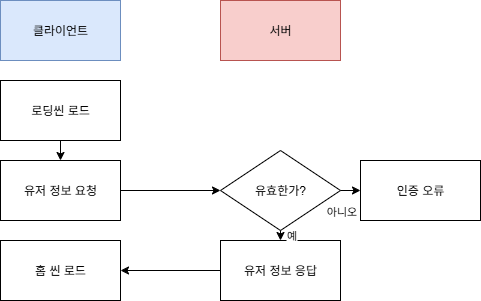
The draw.io diagram Images/HomeSceneLoadFlowchart.png in nejukmaster/AtentsPro, before a commit. Source tidied: cells renumbered, new cells last; positions are measured from the earlier drawing's top-left corner, leaving out a move shared by most shapes. Source of this version:
```xml
<mxGraphModel>
  <root>
    <mxCell id="0" />
    <mxCell id="1" parent="0" />
    <mxCell id="2" value="클라이언트" style="rounded=0;whiteSpace=wrap;html=1;fillColor=#dae8fc;strokeColor=#6c8ebf;" parent="1" vertex="1">
      <mxGeometry width="120" height="60" as="geometry" />
    </mxCell>
    <mxCell id="3" value="서버" style="rounded=0;whiteSpace=wrap;html=1;fillColor=#f8cecc;strokeColor=#b85450;" parent="1" vertex="1">
      <mxGeometry x="220" width="120" height="60" as="geometry" />
    </mxCell>
    <mxCell id="4" value="로딩씬 로드" style="rounded=0;whiteSpace=wrap;html=1;" parent="1" vertex="1">
      <mxGeometry y="80" width="120" height="60" as="geometry" />
    </mxCell>
    <mxCell id="5" value="유저 정보 요청" style="rounded=0;whiteSpace=wrap;html=1;" parent="1" vertex="1">
      <mxGeometry y="160" width="120" height="60" as="geometry" />
    </mxCell>
    <mxCell id="6" value="유효한가?" style="rhombus;whiteSpace=wrap;html=1;" parent="1" vertex="1">
      <mxGeometry x="220" y="150" width="120" height="80" as="geometry" />
    </mxCell>
    <mxCell id="7" value="유저 정보 응답" style="rounded=0;whiteSpace=wrap;html=1;" parent="1" vertex="1">
      <mxGeometry x="220" y="240" width="120" height="60" as="geometry" />
    </mxCell>
    <mxCell id="8" value="홈 씬 로드" style="rounded=0;whiteSpace=wrap;html=1;" parent="1" vertex="1">
      <mxGeometry y="240" width="120" height="60" as="geometry" />
    </mxCell>
    <mxCell id="9" style="endArrow=classic;html=1;rounded=0;exitX=0.5;exitY=1;exitDx=0;exitDy=0;entryX=0.5;entryY=0;entryDx=0;entryDy=0;" parent="1" edge="1" source="4" target="5">
      <mxGeometry relative="1" as="geometry" />
    </mxCell>
    <mxCell id="10" style="endArrow=classic;html=1;rounded=0;exitX=1;exitY=0.5;exitDx=0;exitDy=0;entryX=0;entryY=0.5;entryDx=0;entryDy=0;" parent="1" edge="1" source="5" target="6">
      <mxGeometry relative="1" as="geometry" />
    </mxCell>
    <mxCell id="11" style="endArrow=classic;html=1;rounded=0;exitX=0.5;exitY=1;exitDx=0;exitDy=0;entryX=0.5;entryY=0;entryDx=0;entryDy=0;" parent="1" edge="1" source="6" target="7">
      <mxGeometry relative="1" as="geometry" />
    </mxCell>
    <mxCell id="12" value="예" style="edgeLabel;html=1;align=center;verticalAlign=middle;" parent="11" vertex="1">
      <mxGeometry x="-0.24" relative="1" as="geometry">
        <mxPoint x="10" as="offset" />
      </mxGeometry>
    </mxCell>
    <mxCell id="13" style="endArrow=classic;html=1;rounded=0;exitX=0;exitY=0.5;exitDx=0;exitDy=0;entryX=1;entryY=0.5;entryDx=0;entryDy=0;" parent="1" edge="1" source="7" target="8">
      <mxGeometry relative="1" as="geometry" />
    </mxCell>
    <mxCell id="14" value="인증 오류" style="rounded=0;whiteSpace=wrap;html=1;" parent="1" vertex="1">
      <mxGeometry x="360" y="160" width="120" height="60" as="geometry" />
    </mxCell>
    <mxCell id="15" style="endArrow=classic;html=1;rounded=0;entryX=0;entryY=0.5;entryDx=0;entryDy=0;" parent="1" edge="1" target="14">
      <mxGeometry relative="1" as="geometry">
        <mxPoint x="340" y="190" as="sourcePoint" />
      </mxGeometry>
    </mxCell>
    <mxCell id="16" value="아니오" style="edgeLabel;html=1;align=center;verticalAlign=middle;" parent="15" vertex="1">
      <mxGeometry x="-0.24" y="2" relative="1" as="geometry">
        <mxPoint x="-8" y="22" as="offset" />
      </mxGeometry>
    </mxCell>
  </root>
</mxGraphModel>
```
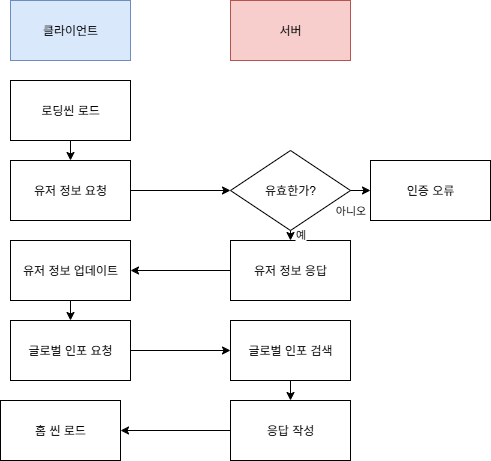
Later version of the same file.

Diff of the diagram source:
```diff
@@ -21,7 +21,7 @@
       <mxGeometry x="220" y="240" width="120" height="60" as="geometry" />
     </mxCell>
     <mxCell id="8" value="홈 씬 로드" style="rounded=0;whiteSpace=wrap;html=1;" parent="1" vertex="1">
-      <mxGeometry y="240" width="120" height="60" as="geometry" />
+      <mxGeometry x="-10" y="400" width="120" height="60" as="geometry" />
     </mxCell>
     <mxCell id="9" style="endArrow=classic;html=1;rounded=0;exitX=0.5;exitY=1;exitDx=0;exitDy=0;entryX=0.5;entryY=0;entryDx=0;entryDy=0;" parent="1" edge="1" source="4" target="5">
       <mxGeometry relative="1" as="geometry" />
@@ -37,7 +37,7 @@
         <mxPoint x="10" as="offset" />
       </mxGeometry>
     </mxCell>
-    <mxCell id="13" style="endArrow=classic;html=1;rounded=0;exitX=0;exitY=0.5;exitDx=0;exitDy=0;entryX=1;entryY=0.5;entryDx=0;entryDy=0;" parent="1" edge="1" source="7" target="8">
+    <mxCell id="13" style="endArrow=classic;html=1;rounded=0;exitX=0;exitY=0.5;exitDx=0;exitDy=0;entryX=1;entryY=0.5;entryDx=0;entryDy=0;" parent="1" edge="1" source="18" target="8">
       <mxGeometry relative="1" as="geometry" />
     </mxCell>
     <mxCell id="14" value="인증 오류" style="rounded=0;whiteSpace=wrap;html=1;" parent="1" vertex="1">
@@ -53,5 +53,29 @@
         <mxPoint x="-8" y="22" as="offset" />
       </mxGeometry>
     </mxCell>
+    <mxCell id="17" value="글로벌 인포 검색" style="rounded=0;whiteSpace=wrap;html=1;" parent="1" vertex="1">
+      <mxGeometry x="220" y="320" width="120" height="60" as="geometry" />
+    </mxCell>
+    <mxCell id="18" value="응답 작성" style="rounded=0;whiteSpace=wrap;html=1;" parent="1" vertex="1">
+      <mxGeometry x="220" y="400" width="120" height="60" as="geometry" />
+    </mxCell>
+    <mxCell id="19" style="endArrow=classic;html=1;rounded=0;exitX=0.5;exitY=1;exitDx=0;exitDy=0;entryX=0.5;entryY=0;entryDx=0;entryDy=0;" parent="1" edge="1" source="17" target="18">
+      <mxGeometry relative="1" as="geometry" />
+    </mxCell>
+    <mxCell id="20" value="유저 정보 업데이트" style="rounded=0;whiteSpace=wrap;html=1;" parent="1" vertex="1">
+      <mxGeometry y="240" width="120" height="60" as="geometry" />
+    </mxCell>
+    <mxCell id="21" style="endArrow=classic;html=1;rounded=0;exitX=0;exitY=0.5;exitDx=0;exitDy=0;entryX=1;entryY=0.5;entryDx=0;entryDy=0;" parent="1" edge="1" source="7" target="20">
+      <mxGeometry relative="1" as="geometry" />
+    </mxCell>
+    <mxCell id="22" value="글로벌 인포 요청" style="rounded=0;whiteSpace=wrap;html=1;" parent="1" vertex="1">
+      <mxGeometry y="320" width="120" height="60" as="geometry" />
+    </mxCell>
+    <mxCell id="23" style="endArrow=classic;html=1;rounded=0;exitX=0.5;exitY=1;exitDx=0;exitDy=0;entryX=0.5;entryY=0;entryDx=0;entryDy=0;" parent="1" edge="1" source="20" target="22">
+      <mxGeometry relative="1" as="geometry" />
+    </mxCell>
+    <mxCell id="24" style="endArrow=classic;html=1;rounded=0;exitX=1;exitY=0.5;exitDx=0;exitDy=0;entryX=0;entryY=0.5;entryDx=0;entryDy=0;" parent="1" edge="1" source="22" target="17">
+      <mxGeometry relative="1" as="geometry" />
+    </mxCell>
   </root>
 </mxGraphModel>
```
